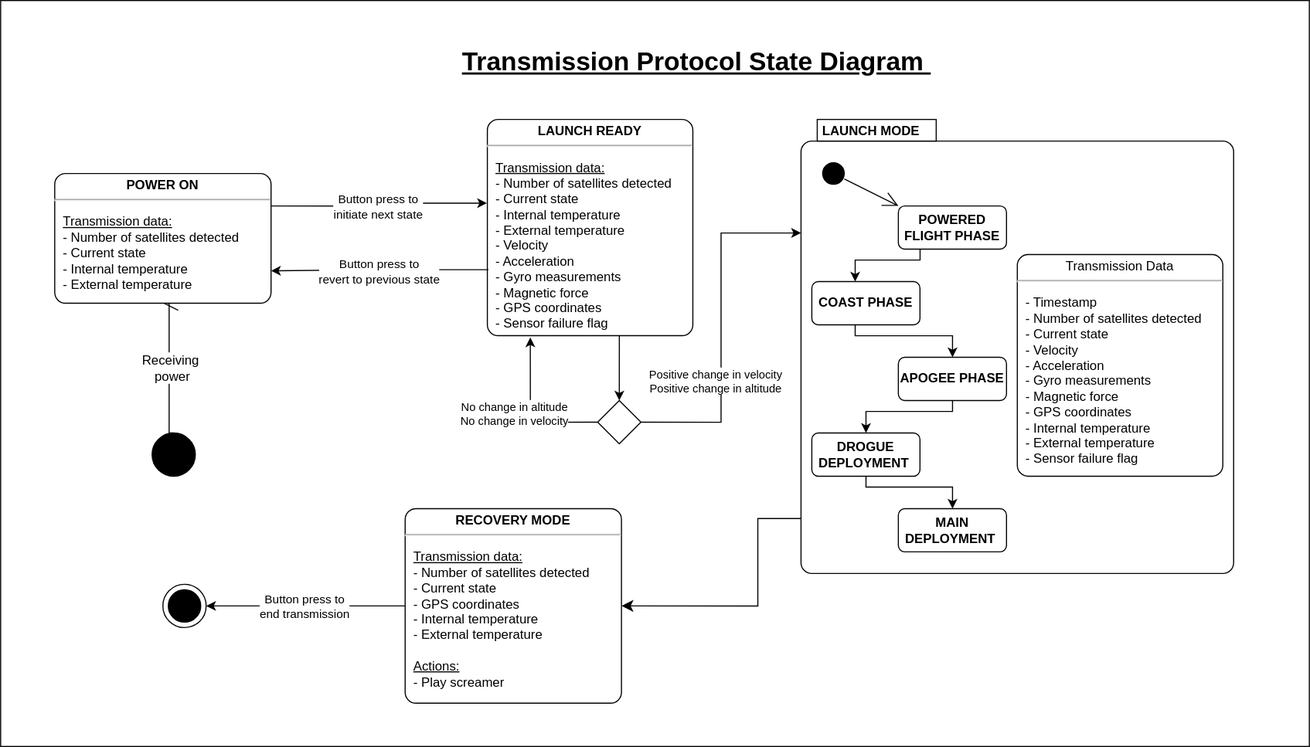
Above: docs/diagrams/transmission_uml.svg in bimmui/CARM-electronics (draw.io), before the change. Source tidied: cells renumbered, new cells last; positions are measured from the earlier drawing's top-left corner, leaving out a move shared by most shapes.
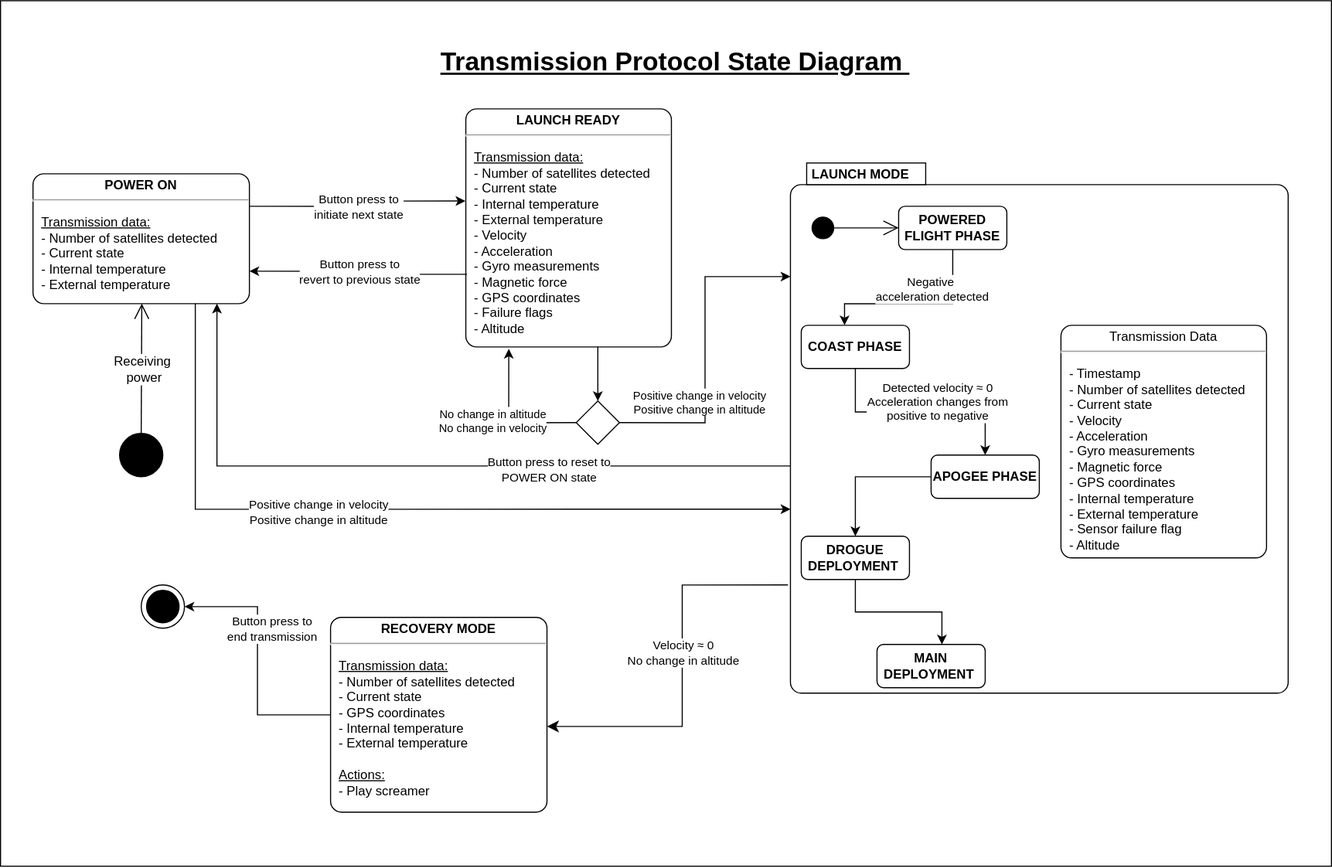
After the change.

Commit message:
updated state diagram

Diff of the diagram source:
```diff
@@ -4,7 +4,7 @@
     <mxCell id="1" parent="0" />
-    <mxCell id="2" style="rounded=0;whiteSpace=wrap;html=1;" parent="1" vertex="1">
-      <mxGeometry width="1210" height="690" as="geometry" />
-    </mxCell>
+    <mxCell id="38" style="rounded=0;whiteSpace=wrap;html=1;" parent="1" vertex="1">
+      <mxGeometry x="20" width="1230" height="800" as="geometry" />
+    </mxCell>
     <mxCell id="3" style="shape=ellipse;html=1;fillColor=#000000;fontSize=18;fontColor=#000000;strokeColor=#000000;" parent="1" vertex="1">
-      <mxGeometry x="140" y="400" width="40" height="40" as="geometry" />
+      <mxGeometry x="130" y="400" width="40" height="40" as="geometry" />
     </mxCell>
@@ -20,11 +20,8 @@
     <mxCell id="7" value="LAUNCH MODE" style="shape=mxgraph.sysml.compState;align=left;verticalAlign=top;spacingTop=-3;spacingLeft=18;strokeWidth=1;fontColor=#000000;strokeColor=#000000;fillColor=#FFFFFF;fontStyle=1;" parent="1" vertex="1">
-      <mxGeometry x="740" y="110" width="400" height="420" as="geometry" />
+      <mxGeometry x="750" y="150" width="460" height="490" as="geometry" />
     </mxCell>
     <mxCell id="8" style="shape=ellipse;html=1;fillColor=#000000;verticalLabelPosition=bottom;labelBackgroundColor=#ffffff;verticalAlign=top;fontColor=#000000;strokeColor=#000000;" parent="7" vertex="1">
-      <mxGeometry x="20" y="40" width="20" height="20" as="geometry" />
+      <mxGeometry x="20" y="50" width="20" height="20" as="geometry" />
     </mxCell>
-    <mxCell id="9" value="&lt;p style=&quot;margin: 0px ; margin-top: 4px ; text-align: center&quot;&gt;Transmission Data&lt;/p&gt;&lt;hr&gt;&lt;p&gt;&lt;/p&gt;&lt;p style=&quot;margin: 0px ; margin-left: 8px ; text-align: left&quot;&gt;&lt;span style=&quot;background-color: initial;&quot;&gt;- Timestamp&lt;/span&gt;&lt;/p&gt;&lt;p style=&quot;margin: 0px ; margin-left: 8px ; text-align: left&quot;&gt;&lt;span style=&quot;background-color: initial;&quot;&gt;-&amp;nbsp;&lt;/span&gt;&lt;span style=&quot;background-color: initial;&quot;&gt;Number of satellites detected&amp;nbsp;&lt;/span&gt;&lt;/p&gt;&lt;p style=&quot;border-color: var(--border-color); margin: 0px 0px 0px 8px; text-align: left;&quot;&gt;- Current state&lt;/p&gt;&lt;p style=&quot;border-color: var(--border-color); margin: 0px 0px 0px 8px; text-align: left;&quot;&gt;- Velocity&lt;/p&gt;&lt;p style=&quot;border-color: var(--border-color); margin: 0px 0px 0px 8px; text-align: left;&quot;&gt;- Acceleration&lt;/p&gt;&lt;p style=&quot;border-color: var(--border-color); margin: 0px 0px 0px 8px; text-align: left;&quot;&gt;- Gyro measurements&lt;/p&gt;&lt;p style=&quot;border-color: var(--border-color); margin: 0px 0px 0px 8px; text-align: left;&quot;&gt;- Magnetic force&lt;/p&gt;&lt;p style=&quot;border-color: var(--border-color); margin: 0px 0px 0px 8px; text-align: left;&quot;&gt;- GPS coordinates&lt;/p&gt;&lt;p style=&quot;margin: 0px ; margin-left: 8px ; text-align: left&quot;&gt;- Internal temperature&lt;/p&gt;&lt;p style=&quot;margin: 0px ; margin-left: 8px ; text-align: left&quot;&gt;- External temperature&lt;/p&gt;&lt;p style=&quot;margin: 0px ; margin-left: 8px ; text-align: left&quot;&gt;- Sensor failure flag&lt;/p&gt;" style="shape=mxgraph.sysml.simpleState;html=1;overflow=fill;whiteSpace=wrap;align=center;fontColor=#000000;fillColor=#FFFFFF;strokeColor=#000000;" parent="7" vertex="1">
-      <mxGeometry x="200" y="125" width="190" height="205" as="geometry" />
-    </mxCell>
-    <mxCell id="10" style="strokeColor=#000000;fillColor=inherit;gradientColor=inherit;edgeStyle=none;html=1;endArrow=open;endSize=12;fontColor=#000000;entryX=0;entryY=0;entryDx=0;entryDy=0;" parent="7" edge="1" source="8" target="12">
+    <mxCell id="10" style="strokeColor=#000000;fillColor=inherit;gradientColor=inherit;edgeStyle=none;html=1;endArrow=open;endSize=12;fontColor=#000000;entryX=0;entryY=0.5;entryDx=0;entryDy=0;" parent="7" edge="1" source="8" target="12">
       <mxGeometry relative="1" as="geometry" />
@@ -34,3 +31,3 @@
         <Array as="points">
-          <mxPoint x="110" y="130" />
+          <mxPoint x="150" y="130" />
           <mxPoint x="50" y="130" />
@@ -39,10 +36,15 @@
     </mxCell>
+    <mxCell id="39" value="Negative&amp;nbsp;&lt;br&gt;acceleration detected" style="edgeLabel;html=1;align=center;verticalAlign=middle;" parent="11" vertex="1">
+      <mxGeometry x="-0.57" y="-4" relative="1" as="geometry">
+        <mxPoint x="-16" as="offset" />
+      </mxGeometry>
+    </mxCell>
     <mxCell id="12" value="&lt;b&gt;POWERED FLIGHT PHASE&lt;/b&gt;" style="shape=rect;rounded=1;html=1;whiteSpace=wrap;align=center;fontColor=#000000;fillColor=#ffffff;strokeColor=#000000;" parent="7" vertex="1">
-      <mxGeometry x="90" y="80" width="100" height="40" as="geometry" />
+      <mxGeometry x="100" y="40" width="100" height="40" as="geometry" />
     </mxCell>
-    <mxCell id="13" style="edgeStyle=orthogonalEdgeStyle;rounded=0;jettySize=auto;html=1;" parent="7" edge="1" source="14" target="16">
+    <mxCell id="13" style="edgeStyle=orthogonalEdgeStyle;rounded=0;jettySize=auto;html=1;exitX=0.5;exitY=1;exitDx=0;exitDy=0;entryX=0.5;entryY=0;entryDx=0;entryDy=0;" parent="7" edge="1" source="14" target="16">
       <mxGeometry relative="1" as="geometry">
         <Array as="points">
-          <mxPoint x="50" y="200" />
-          <mxPoint x="140" y="200" />
+          <mxPoint x="60" y="230" />
+          <mxPoint x="180" y="230" />
         </Array>
@@ -50,2 +52,7 @@
     </mxCell>
+    <mxCell id="40" value="Detected velocity ≈ 0&lt;br style=&quot;border-color: var(--border-color);&quot;&gt;Acceleration changes from&lt;br style=&quot;border-color: var(--border-color);&quot;&gt;positive to negative" style="edgeLabel;html=1;align=center;verticalAlign=middle;" parent="13" vertex="1">
+      <mxGeometry x="0.16" relative="1" as="geometry">
+        <mxPoint x="-1" y="-10" as="offset" />
+      </mxGeometry>
+    </mxCell>
     <mxCell id="14" value="&lt;b&gt;COAST PHASE&lt;/b&gt;" style="shape=rect;rounded=1;html=1;whiteSpace=wrap;align=center;fontColor=#000000;fillColor=#ffffff;strokeColor=#000000;" parent="7" vertex="1">
@@ -54,11 +61,6 @@
     <mxCell id="15" style="edgeStyle=orthogonalEdgeStyle;rounded=0;jettySize=auto;html=1;" parent="7" edge="1" source="16" target="18">
-      <mxGeometry relative="1" as="geometry">
-        <Array as="points">
-          <mxPoint x="140" y="270" />
-          <mxPoint x="60" y="270" />
-        </Array>
-      </mxGeometry>
+      <mxGeometry relative="1" as="geometry" />
     </mxCell>
     <mxCell id="16" value="&lt;b&gt;APOGEE PHASE&lt;/b&gt;" style="shape=rect;rounded=1;html=1;whiteSpace=wrap;align=center;fontColor=#000000;fillColor=#ffffff;strokeColor=#000000;" parent="7" vertex="1">
-      <mxGeometry x="90" y="220" width="100" height="40" as="geometry" />
+      <mxGeometry x="130" y="270" width="100" height="40" as="geometry" />
     </mxCell>
@@ -67,4 +69,4 @@
         <Array as="points">
-          <mxPoint x="60" y="340" />
-          <mxPoint x="140" y="340" />
+          <mxPoint x="60" y="415" />
+          <mxPoint x="140" y="415" />
         </Array>
@@ -73,7 +75,10 @@
     <mxCell id="18" value="&lt;b&gt;DROGUE DEPLOYMENT&amp;nbsp;&lt;/b&gt;" style="shape=rect;rounded=1;html=1;whiteSpace=wrap;align=center;fontColor=#000000;fillColor=#ffffff;strokeColor=#000000;" parent="7" vertex="1">
-      <mxGeometry x="10" y="290" width="100" height="40" as="geometry" />
+      <mxGeometry x="10" y="345" width="100" height="40" as="geometry" />
     </mxCell>
     <mxCell id="19" value="&lt;b&gt;MAIN DEPLOYMENT&amp;nbsp;&lt;/b&gt;" style="shape=rect;rounded=1;html=1;whiteSpace=wrap;align=center;fontColor=#000000;fillColor=#ffffff;strokeColor=#000000;" parent="7" vertex="1">
-      <mxGeometry x="90" y="360" width="100" height="40" as="geometry" />
+      <mxGeometry x="80" y="445" width="100" height="40" as="geometry" />
     </mxCell>
+    <mxCell id="9" value="&lt;p style=&quot;margin: 0px ; margin-top: 4px ; text-align: center&quot;&gt;Transmission Data&lt;/p&gt;&lt;hr&gt;&lt;p&gt;&lt;/p&gt;&lt;p style=&quot;margin: 0px ; margin-left: 8px ; text-align: left&quot;&gt;&lt;span style=&quot;background-color: initial;&quot;&gt;- Timestamp&lt;/span&gt;&lt;/p&gt;&lt;p style=&quot;margin: 0px ; margin-left: 8px ; text-align: left&quot;&gt;&lt;span style=&quot;background-color: initial;&quot;&gt;-&amp;nbsp;&lt;/span&gt;&lt;span style=&quot;background-color: initial;&quot;&gt;Number of satellites detected&amp;nbsp;&lt;/span&gt;&lt;/p&gt;&lt;p style=&quot;border-color: var(--border-color); margin: 0px 0px 0px 8px; text-align: left;&quot;&gt;- Current state&lt;/p&gt;&lt;p style=&quot;border-color: var(--border-color); margin: 0px 0px 0px 8px; text-align: left;&quot;&gt;- Velocity&lt;/p&gt;&lt;p style=&quot;border-color: var(--border-color); margin: 0px 0px 0px 8px; text-align: left;&quot;&gt;- Acceleration&lt;/p&gt;&lt;p style=&quot;border-color: var(--border-color); margin: 0px 0px 0px 8px; text-align: left;&quot;&gt;- Gyro measurements&lt;/p&gt;&lt;p style=&quot;border-color: var(--border-color); margin: 0px 0px 0px 8px; text-align: left;&quot;&gt;- Magnetic force&lt;/p&gt;&lt;p style=&quot;border-color: var(--border-color); margin: 0px 0px 0px 8px; text-align: left;&quot;&gt;- GPS coordinates&lt;/p&gt;&lt;p style=&quot;margin: 0px ; margin-left: 8px ; text-align: left&quot;&gt;- Internal temperature&lt;/p&gt;&lt;p style=&quot;margin: 0px ; margin-left: 8px ; text-align: left&quot;&gt;- External temperature&lt;/p&gt;&lt;p style=&quot;margin: 0px ; margin-left: 8px ; text-align: left&quot;&gt;- Sensor failure flag&lt;/p&gt;&lt;p style=&quot;margin: 0px ; margin-left: 8px ; text-align: left&quot;&gt;- Altitude&lt;/p&gt;" style="shape=mxgraph.sysml.simpleState;html=1;overflow=fill;whiteSpace=wrap;align=center;fontColor=#000000;fillColor=#FFFFFF;strokeColor=#000000;" parent="7" vertex="1">
+      <mxGeometry x="250" y="150" width="190" height="215" as="geometry" />
+    </mxCell>
     <mxCell id="20" value="&lt;font style=&quot;font-size: 24px;&quot;&gt;Transmission Protocol State Diagram&amp;nbsp;&lt;/font&gt;" style="text;html=1;align=left;verticalAlign=top;spacingTop=-4;fontColor=#000000;fontSize=24;fontStyle=5;" parent="1" vertex="1">
@@ -99,4 +104,4 @@
     </mxCell>
-    <mxCell id="25" value="&lt;p style=&quot;margin: 0px ; margin-top: 4px ; text-align: center&quot;&gt;&lt;b&gt;LAUNCH READY&lt;/b&gt;&lt;/p&gt;&lt;hr&gt;&lt;p&gt;&lt;/p&gt;&lt;p style=&quot;margin: 0px ; margin-left: 8px ; text-align: left&quot;&gt;&lt;u&gt;Transmission data:&lt;/u&gt;&lt;/p&gt;&lt;p style=&quot;border-color: var(--border-color); margin: 0px 0px 0px 8px; text-align: left;&quot;&gt;- Number of satellites detected&amp;nbsp;&lt;/p&gt;&lt;p style=&quot;border-color: var(--border-color); margin: 0px 0px 0px 8px; text-align: left;&quot;&gt;- Current state&lt;/p&gt;&lt;p style=&quot;margin: 0px ; margin-left: 8px ; text-align: left&quot;&gt;- Internal temperature&lt;/p&gt;&lt;p style=&quot;margin: 0px ; margin-left: 8px ; text-align: left&quot;&gt;- External temperature&lt;/p&gt;&lt;p style=&quot;margin: 0px ; margin-left: 8px ; text-align: left&quot;&gt;- Velocity&lt;/p&gt;&lt;p style=&quot;border-color: var(--border-color); margin: 0px 0px 0px 8px; text-align: left;&quot;&gt;- Acceleration&lt;/p&gt;&lt;p style=&quot;border-color: var(--border-color); margin: 0px 0px 0px 8px; text-align: left;&quot;&gt;- Gyro measurements&lt;/p&gt;&lt;p style=&quot;border-color: var(--border-color); margin: 0px 0px 0px 8px; text-align: left;&quot;&gt;- Magnetic force&lt;/p&gt;&lt;p style=&quot;border-color: var(--border-color); margin: 0px 0px 0px 8px; text-align: left;&quot;&gt;- GPS coordinates&lt;/p&gt;&lt;p style=&quot;border-color: var(--border-color); margin: 0px 0px 0px 8px; text-align: left;&quot;&gt;- Sensor failure flag&lt;/p&gt;" style="shape=mxgraph.sysml.simpleState;html=1;overflow=fill;whiteSpace=wrap;align=center;fontColor=#000000;fillColor=#FFFFFF;strokeColor=#000000;" parent="1" vertex="1">
-      <mxGeometry x="450" y="110" width="190" height="200" as="geometry" />
+    <mxCell id="25" value="&lt;p style=&quot;margin: 0px ; margin-top: 4px ; text-align: center&quot;&gt;&lt;b&gt;LAUNCH READY&lt;/b&gt;&lt;/p&gt;&lt;hr&gt;&lt;p&gt;&lt;/p&gt;&lt;p style=&quot;margin: 0px ; margin-left: 8px ; text-align: left&quot;&gt;&lt;u&gt;Transmission data:&lt;/u&gt;&lt;/p&gt;&lt;p style=&quot;border-color: var(--border-color); margin: 0px 0px 0px 8px; text-align: left;&quot;&gt;- Number of satellites detected&amp;nbsp;&lt;/p&gt;&lt;p style=&quot;border-color: var(--border-color); margin: 0px 0px 0px 8px; text-align: left;&quot;&gt;- Current state&lt;/p&gt;&lt;p style=&quot;margin: 0px ; margin-left: 8px ; text-align: left&quot;&gt;- Internal temperature&lt;/p&gt;&lt;p style=&quot;margin: 0px ; margin-left: 8px ; text-align: left&quot;&gt;- External temperature&lt;/p&gt;&lt;p style=&quot;margin: 0px ; margin-left: 8px ; text-align: left&quot;&gt;- Velocity&lt;/p&gt;&lt;p style=&quot;border-color: var(--border-color); margin: 0px 0px 0px 8px; text-align: left;&quot;&gt;- Acceleration&lt;/p&gt;&lt;p style=&quot;border-color: var(--border-color); margin: 0px 0px 0px 8px; text-align: left;&quot;&gt;- Gyro measurements&lt;/p&gt;&lt;p style=&quot;border-color: var(--border-color); margin: 0px 0px 0px 8px; text-align: left;&quot;&gt;- Magnetic force&lt;/p&gt;&lt;p style=&quot;border-color: var(--border-color); margin: 0px 0px 0px 8px; text-align: left;&quot;&gt;- GPS coordinates&lt;/p&gt;&lt;p style=&quot;border-color: var(--border-color); margin: 0px 0px 0px 8px; text-align: left;&quot;&gt;- Failure flags&lt;/p&gt;&lt;p style=&quot;border-color: var(--border-color); margin: 0px 0px 0px 8px; text-align: left;&quot;&gt;- Altitude&lt;/p&gt;" style="shape=mxgraph.sysml.simpleState;html=1;overflow=fill;whiteSpace=wrap;align=center;fontColor=#000000;fillColor=#FFFFFF;strokeColor=#000000;" parent="1" vertex="1">
+      <mxGeometry x="450" y="100" width="190" height="220" as="geometry" />
     </mxCell>
@@ -125,8 +130,8 @@
     </mxCell>
-    <mxCell id="31" style="edgeStyle=segmentEdgeStyle;endArrow=classic;html=1;curved=0;rounded=0;endSize=8;startSize=8;sourcePerimeterSpacing=0;targetPerimeterSpacing=0;exitX=-0.001;exitY=0.879;exitDx=0;exitDy=0;exitPerimeter=0;entryX=1;entryY=0.5;entryDx=0;entryDy=0;entryPerimeter=0;" parent="1" edge="1" target="34">
+    <mxCell id="31" style="edgeStyle=segmentEdgeStyle;endArrow=classic;html=1;curved=0;rounded=0;endSize=8;startSize=8;sourcePerimeterSpacing=0;targetPerimeterSpacing=0;entryX=1;entryY=0.5;entryDx=0;entryDy=0;entryPerimeter=0;exitX=-0.005;exitY=0.796;exitDx=0;exitDy=0;exitPerimeter=0;" parent="1" edge="1" source="7">
       <mxGeometry relative="1" as="geometry">
-        <mxPoint x="740" y="479.2" as="sourcePoint" />
+        <mxPoint x="525" y="670.8" as="targetPoint" />
         <Array as="points">
-          <mxPoint x="700" y="479" />
-          <mxPoint x="700" y="560" />
+          <mxPoint x="650" y="540" />
+          <mxPoint x="650" y="671" />
         </Array>
@@ -134,2 +139,5 @@
     </mxCell>
+    <mxCell id="41" value="Velocity&amp;nbsp;≈ 0&lt;br&gt;No change in altitude" style="edgeLabel;html=1;align=center;verticalAlign=middle;" parent="31" vertex="1">
+      <mxGeometry x="-0.09" relative="1" as="geometry" />
+    </mxCell>
     <mxCell id="32" style="edgeStyle=orthogonalEdgeStyle;rounded=0;jettySize=auto;html=1;" parent="1" edge="1" source="34" target="4">
@@ -139,3 +147,3 @@
       <mxGeometry x="0.25" y="3" relative="1" as="geometry">
-        <mxPoint x="22" y="-3" as="offset" />
+        <mxPoint x="16" as="offset" />
       </mxGeometry>
@@ -143,3 +151,3 @@
     <mxCell id="34" value="&lt;p style=&quot;margin: 0px ; margin-top: 4px ; text-align: center&quot;&gt;&lt;b&gt;RECOVERY MODE&lt;/b&gt;&lt;/p&gt;&lt;hr&gt;&lt;p&gt;&lt;/p&gt;&lt;p style=&quot;margin: 0px ; margin-left: 8px ; text-align: left&quot;&gt;&lt;u&gt;Transmission data:&lt;/u&gt;&lt;/p&gt;&lt;p style=&quot;border-color: var(--border-color); margin: 0px 0px 0px 8px; text-align: left;&quot;&gt;- Number of satellites detected&amp;nbsp;&lt;br style=&quot;border-color: var(--border-color);&quot;&gt;&lt;/p&gt;&lt;p style=&quot;border-color: var(--border-color); margin: 0px 0px 0px 8px; text-align: left;&quot;&gt;- Current state&lt;/p&gt;&lt;p style=&quot;border-color: var(--border-color); margin: 0px 0px 0px 8px; text-align: left;&quot;&gt;- GPS coordinates&lt;/p&gt;&lt;p style=&quot;border-color: var(--border-color); margin: 0px 0px 0px 8px; text-align: left;&quot;&gt;- Internal temperature&lt;/p&gt;&lt;p style=&quot;border-color: var(--border-color); margin: 0px 0px 0px 8px; text-align: left;&quot;&gt;- External temperature&lt;/p&gt;&lt;p style=&quot;border-color: var(--border-color); margin: 0px 0px 0px 8px; text-align: left;&quot;&gt;&lt;br&gt;&lt;/p&gt;&lt;p style=&quot;border-color: var(--border-color); margin: 0px 0px 0px 8px; text-align: left;&quot;&gt;&lt;u&gt;Actions:&lt;/u&gt;&lt;/p&gt;&lt;p style=&quot;border-color: var(--border-color); margin: 0px 0px 0px 8px; text-align: left;&quot;&gt;- Play screamer&lt;/p&gt;" style="shape=mxgraph.sysml.simpleState;html=1;overflow=fill;whiteSpace=wrap;align=center;fontColor=#000000;fillColor=#FFFFFF;strokeColor=#000000;" parent="1" vertex="1">
-      <mxGeometry x="374" y="470" width="200" height="180" as="geometry" />
+      <mxGeometry x="325" y="570" width="200" height="180" as="geometry" />
     </mxCell>
@@ -156,2 +164,20 @@
     </mxCell>
+    <mxCell id="42" style="edgeStyle=orthogonalEdgeStyle;rounded=0;jettySize=auto;html=1;exitX=0.75;exitY=1;exitDx=0;exitDy=0;exitPerimeter=0;entryX=0;entryY=0;entryDx=0;entryDy=320;entryPerimeter=0;" parent="1" edge="1" source="35" target="7">
+      <mxGeometry relative="1" as="geometry" />
+    </mxCell>
+    <mxCell id="43" value="Positive change in velocity&lt;br style=&quot;border-color: var(--border-color); font-size: 10.5px;&quot;&gt;Positive change in altitude" style="edgeLabel;html=1;align=center;verticalAlign=middle;" parent="42" vertex="1">
+      <mxGeometry x="0.34" y="-2" relative="1" as="geometry">
+        <mxPoint x="-193" as="offset" />
+      </mxGeometry>
+    </mxCell>
+    <mxCell id="44" style="edgeStyle=orthogonalEdgeStyle;rounded=0;jettySize=auto;html=1;entryX=0.85;entryY=1;entryDx=0;entryDy=0;entryPerimeter=0;" parent="1" edge="1" source="7" target="35">
+      <mxGeometry relative="1" as="geometry">
+        <Array as="points">
+          <mxPoint x="220" y="430" />
+        </Array>
+      </mxGeometry>
+    </mxCell>
+    <mxCell id="45" value="Button press to reset to &lt;br&gt;POWER ON state" style="edgeLabel;html=1;align=center;verticalAlign=middle;" parent="44" vertex="1">
+      <mxGeometry x="-0.34" y="3" relative="1" as="geometry" />
+    </mxCell>
   </root>
```
